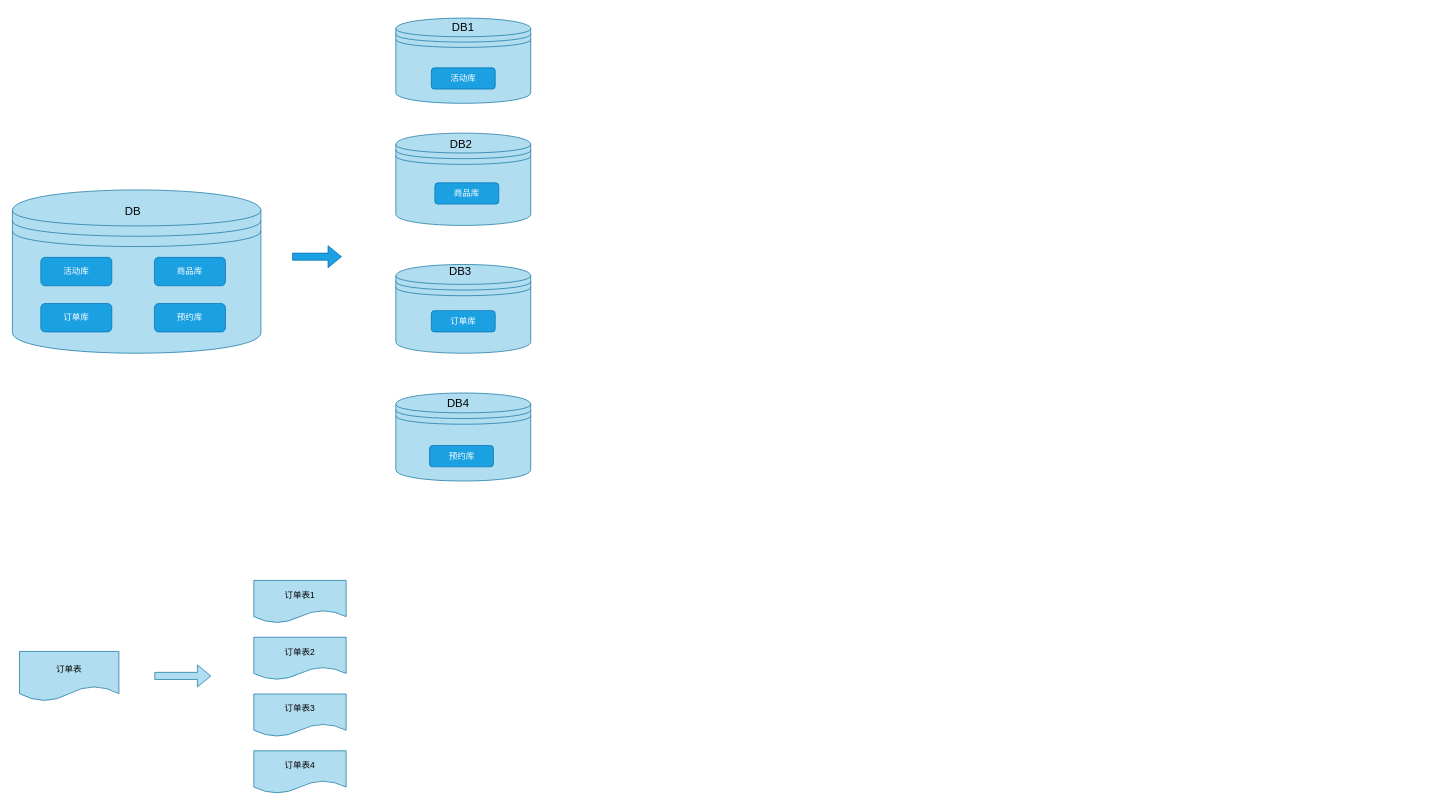
The draw.io diagram MySQL/只分库不分表.drawio in zhenjie-chen/diagrams, before the edit. Source tidied: cells renumbered, new cells numbered last; positions are measured from the earlier drawing's top-left corner, leaving out a move shared by most shapes. Both pictures are drawn from the tidied source at 71%, with x=0, y=0 at pixel (12, 12).
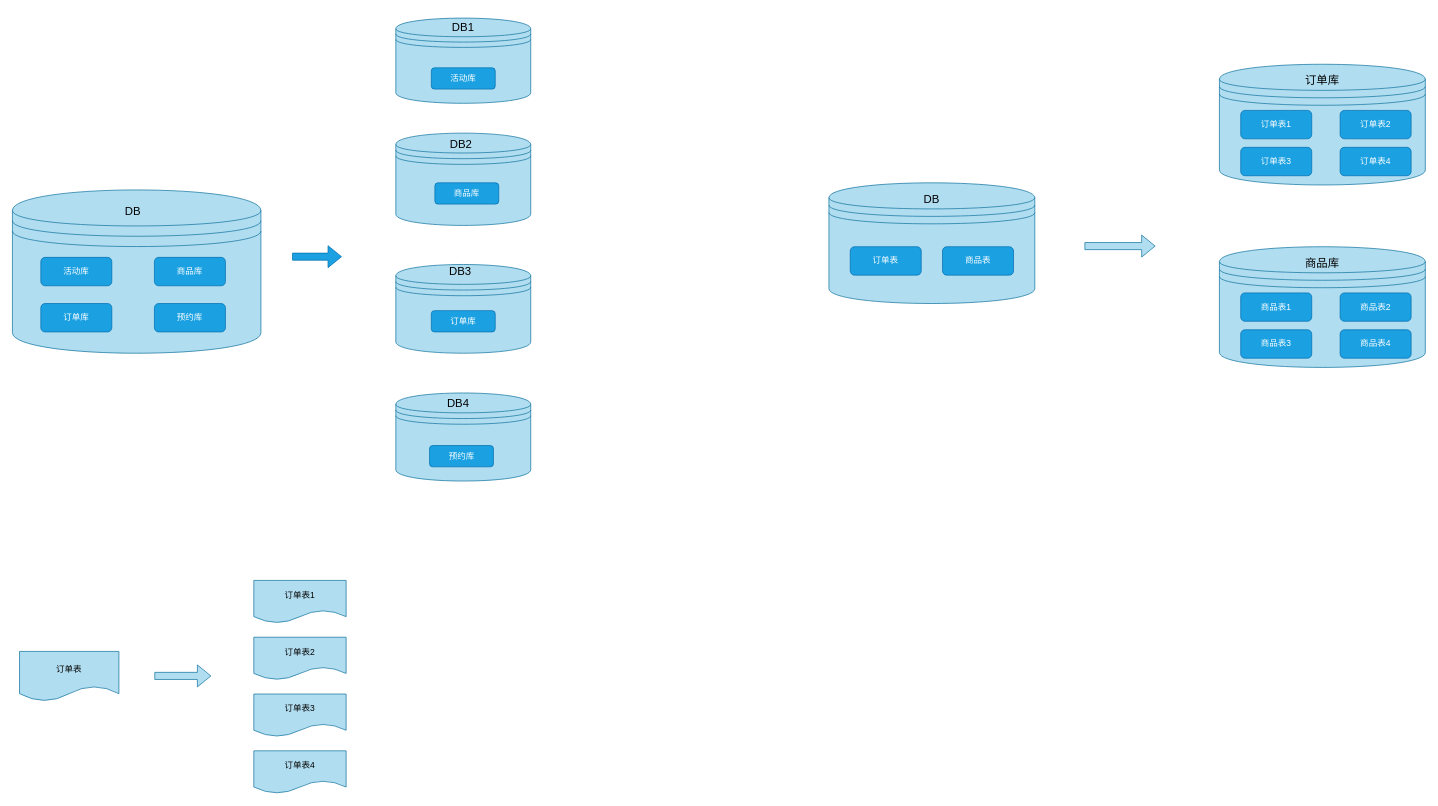
The same page after the edit.

Commit message (it also covers changes not shown here):
更新只分库不分表.drawio

Change to the diagram source:
```diff
@@
+    <mxCell id="27" style="shape=datastore;whiteSpace=wrap;html=1;fillColor=#b1ddf0;strokeColor=#10739e;" parent="1" vertex="1">
+      <mxGeometry x="1150" y="240" width="290" height="170" as="geometry" />
+    </mxCell>
+    <mxCell id="28" value="商品表" style="rounded=1;whiteSpace=wrap;html=1;fillColor=#1ba1e2;strokeColor=#006EAF;fontColor=#ffffff;" parent="1" vertex="1">
+      <mxGeometry x="1310" y="330" width="100" height="40" as="geometry" />
+    </mxCell>
+    <mxCell id="29" value="订单表" style="rounded=1;whiteSpace=wrap;html=1;fillColor=#1ba1e2;strokeColor=#006EAF;fontColor=#ffffff;" parent="1" vertex="1">
+      <mxGeometry x="1180" y="330" width="100" height="40" as="geometry" />
+    </mxCell>
+    <mxCell id="30" value="DB" style="text;html=1;align=center;verticalAlign=middle;whiteSpace=wrap;rounded=0;fontSize=16;" parent="1" vertex="1">
+      <mxGeometry x="1255" y="243" width="80" height="40" as="geometry" />
+    </mxCell>
+    <mxCell id="31" style="shape=flexArrow;endArrow=classic;html=1;rounded=0;fillColor=#b1ddf0;strokeColor=#10739e;" parent="1" edge="1">
+      <mxGeometry relative="1" as="geometry">
+        <mxPoint x="1510" y="329.1" as="sourcePoint" />
+        <mxPoint x="1610" y="329.1" as="targetPoint" />
+      </mxGeometry>
+    </mxCell>
+    <mxCell id="32" style="shape=datastore;whiteSpace=wrap;html=1;fillColor=#b1ddf0;strokeColor=#10739e;" parent="1" vertex="1">
+      <mxGeometry x="1700" y="73" width="290" height="170" as="geometry" />
+    </mxCell>
+    <mxCell id="33" value="订单表1" style="rounded=1;whiteSpace=wrap;html=1;fillColor=#1ba1e2;strokeColor=#006EAF;fontColor=#ffffff;" parent="1" vertex="1">
+      <mxGeometry x="1730" y="138" width="100" height="40" as="geometry" />
+    </mxCell>
+    <mxCell id="34" value="订单库" style="text;html=1;align=center;verticalAlign=middle;whiteSpace=wrap;rounded=0;fontSize=16;" parent="1" vertex="1">
+      <mxGeometry x="1805" y="76" width="80" height="40" as="geometry" />
+    </mxCell>
+    <mxCell id="35" value="订单表3" style="rounded=1;whiteSpace=wrap;html=1;fillColor=#1ba1e2;strokeColor=#006EAF;fontColor=#ffffff;" parent="1" vertex="1">
+      <mxGeometry x="1730" y="190" width="100" height="40" as="geometry" />
+    </mxCell>
+    <mxCell id="36" value="订单表4" style="rounded=1;whiteSpace=wrap;html=1;fillColor=#1ba1e2;strokeColor=#006EAF;fontColor=#ffffff;" parent="1" vertex="1">
+      <mxGeometry x="1870" y="190" width="100" height="40" as="geometry" />
+    </mxCell>
+    <mxCell id="37" value="订单表2" style="rounded=1;whiteSpace=wrap;html=1;fillColor=#1ba1e2;strokeColor=#006EAF;fontColor=#ffffff;" parent="1" vertex="1">
+      <mxGeometry x="1870" y="138" width="100" height="40" as="geometry" />
+    </mxCell>
+    <mxCell id="38" style="shape=datastore;whiteSpace=wrap;html=1;fillColor=#b1ddf0;strokeColor=#10739e;" parent="1" vertex="1">
+      <mxGeometry x="1700" y="330" width="290" height="170" as="geometry" />
+    </mxCell>
+    <mxCell id="39" value="商品表1" style="rounded=1;whiteSpace=wrap;html=1;fillColor=#1ba1e2;strokeColor=#006EAF;fontColor=#ffffff;" parent="1" vertex="1">
+      <mxGeometry x="1730" y="395" width="100" height="40" as="geometry" />
+    </mxCell>
+    <mxCell id="40" value="商品库" style="text;html=1;align=center;verticalAlign=middle;whiteSpace=wrap;rounded=0;fontSize=16;" parent="1" vertex="1">
+      <mxGeometry x="1805" y="333" width="80" height="40" as="geometry" />
+    </mxCell>
+    <mxCell id="41" value="商品表3" style="rounded=1;whiteSpace=wrap;html=1;fillColor=#1ba1e2;strokeColor=#006EAF;fontColor=#ffffff;" parent="1" vertex="1">
+      <mxGeometry x="1730" y="447" width="100" height="40" as="geometry" />
+    </mxCell>
+    <mxCell id="42" value="商品表4" style="rounded=1;whiteSpace=wrap;html=1;fillColor=#1ba1e2;strokeColor=#006EAF;fontColor=#ffffff;" parent="1" vertex="1">
+      <mxGeometry x="1870" y="447" width="100" height="40" as="geometry" />
+    </mxCell>
+    <mxCell id="43" value="商品表2" style="rounded=1;whiteSpace=wrap;html=1;fillColor=#1ba1e2;strokeColor=#006EAF;fontColor=#ffffff;" parent="1" vertex="1">
+      <mxGeometry x="1870" y="395" width="100" height="40" as="geometry" />
+    </mxCell>
```
